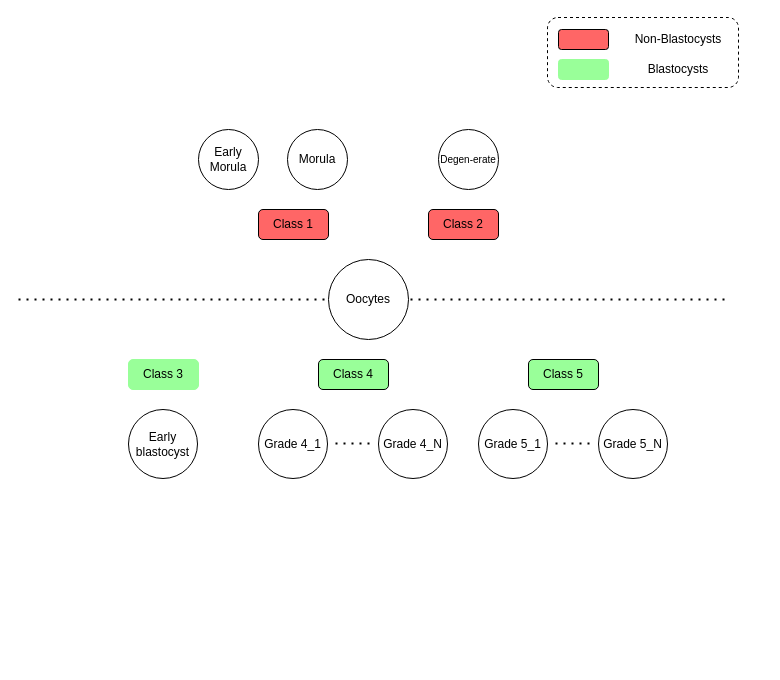
Earlier version of the draw.io diagram Embryo.drawio (SahadevPoudel/Visualization). Source tidied: cells renumbered, new cells numbered last; positions are measured from the earlier drawing's top-left corner, leaving out a move shared by most shapes. Both pictures are drawn from the tidied source at 100%, with x=0, y=0 at pixel (18, 17). Pictures stored in the file or linked from it are replaced by grey dashed boxes.
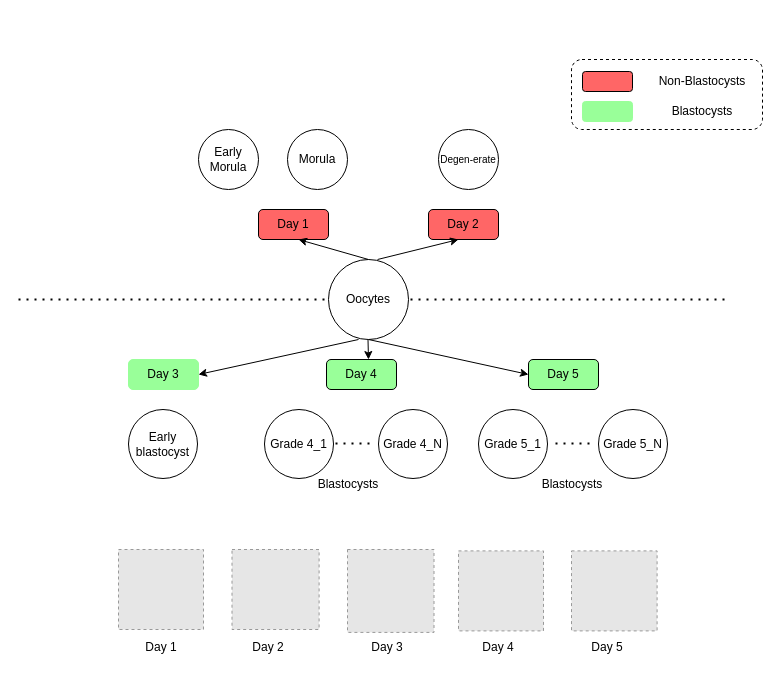
The same page after the edit.

The change refers to these unchanged cells:
```xml
<mxCell id="4" value="Oocytes" style="ellipse;whiteSpace=wrap;html=1;" parent="1" vertex="1">
  <mxGeometry x="310" y="242" width="80" height="80" as="geometry" />
</mxCell>
```

Diff of the diagram source:
```diff
@@
     <mxCell id="2" style="rounded=1;whiteSpace=wrap;html=1;dashed=1;" parent="1" vertex="1">
-      <mxGeometry x="529" width="191" height="70" as="geometry" />
+      <mxGeometry x="553" y="42" width="191" height="70" as="geometry" />
     </mxCell>
@@
-    <mxCell id="5" value="Class 1" style="rounded=1;whiteSpace=wrap;html=1;fillColor=#FF6666;" parent="1" vertex="1">
+    <mxCell id="5" value="Day 1" style="rounded=1;whiteSpace=wrap;html=1;fillColor=#FF6666;" parent="1" vertex="1">
       <mxGeometry x="240" y="192" width="70" height="30" as="geometry" />
     </mxCell>
-    <mxCell id="6" value="Class 2" style="rounded=1;whiteSpace=wrap;html=1;fillColor=#FF6666;" parent="1" vertex="1">
+    <mxCell id="6" value="Day 2" style="rounded=1;whiteSpace=wrap;html=1;fillColor=#FF6666;" parent="1" vertex="1">
       <mxGeometry x="410" y="192" width="70" height="30" as="geometry" />
     </mxCell>
@@
-    <mxCell id="10" value="Class 3" style="rounded=1;whiteSpace=wrap;html=1;strokeColor=#99FF99;fillColor=#99FF99;" parent="1" vertex="1">
+    <mxCell id="10" value="Day 3" style="rounded=1;whiteSpace=wrap;html=1;strokeColor=#99FF99;fillColor=#99FF99;" parent="1" vertex="1">
       <mxGeometry x="110" y="342" width="70" height="30" as="geometry" />
     </mxCell>
-    <mxCell id="11" value="Class 4" style="rounded=1;whiteSpace=wrap;html=1;fillColor=#99FF99;" parent="1" vertex="1">
-      <mxGeometry x="300" y="342" width="70" height="30" as="geometry" />
+    <mxCell id="11" value="Day 4" style="rounded=1;whiteSpace=wrap;html=1;fillColor=#99FF99;" parent="1" vertex="1">
+      <mxGeometry x="308" y="342" width="70" height="30" as="geometry" />
     </mxCell>
-    <mxCell id="12" value="Class 5" style="rounded=1;whiteSpace=wrap;html=1;fillColor=#99FF99;" parent="1" vertex="1">
+    <mxCell id="12" value="Day 5" style="rounded=1;whiteSpace=wrap;html=1;fillColor=#99FF99;" parent="1" vertex="1">
       <mxGeometry x="510" y="342" width="70" height="30" as="geometry" />
     </mxCell>
@@
     <mxCell id="14" value="Grade 4_1" style="ellipse;whiteSpace=wrap;html=1;" parent="1" vertex="1">
-      <mxGeometry x="240" y="392" width="69" height="69" as="geometry" />
+      <mxGeometry x="246" y="392" width="69" height="69" as="geometry" />
     </mxCell>
@@
     <mxCell id="20" style="rounded=1;whiteSpace=wrap;html=1;fillColor=#FF6666;" parent="1" vertex="1">
-      <mxGeometry x="540" y="12" width="50" height="20" as="geometry" />
+      <mxGeometry x="564" y="54" width="50" height="20" as="geometry" />
     </mxCell>
     <mxCell id="21" style="rounded=1;whiteSpace=wrap;html=1;strokeColor=#99FF99;fillColor=#99FF99;" parent="1" vertex="1">
-      <mxGeometry x="540" y="42" width="50" height="20" as="geometry" />
+      <mxGeometry x="564" y="84" width="50" height="20" as="geometry" />
     </mxCell>
     <mxCell id="22" value="Non-Blastocysts" style="text;strokeColor=none;align=center;fillColor=none;html=1;verticalAlign=middle;whiteSpace=wrap;rounded=0;" parent="1" vertex="1">
-      <mxGeometry x="600" y="7" width="120" height="30" as="geometry" />
+      <mxGeometry x="624" y="49" width="120" height="30" as="geometry" />
     </mxCell>
     <mxCell id="23" value="Blastocysts" style="text;strokeColor=none;align=center;fillColor=none;html=1;verticalAlign=middle;whiteSpace=wrap;rounded=0;" parent="1" vertex="1">
-      <mxGeometry x="600" y="37" width="120" height="30" as="geometry" />
+      <mxGeometry x="624" y="79" width="120" height="30" as="geometry" />
     </mxCell>
+    <mxCell id="24" style="endArrow=classic;html=1;rounded=0;exitX=0.5;exitY=0;exitDx=0;exitDy=0;" parent="1" edge="1" source="4">
+      <mxGeometry relative="1" as="geometry">
+        <mxPoint x="280" y="222" as="targetPoint" />
+      </mxGeometry>
+    </mxCell>
+    <mxCell id="25" style="endArrow=classic;html=1;rounded=0;exitX=0.613;exitY=0;exitDx=0;exitDy=0;exitPerimeter=0;" parent="1" edge="1" source="4">
+      <mxGeometry relative="1" as="geometry">
+        <mxPoint x="440" y="222" as="targetPoint" />
+      </mxGeometry>
+    </mxCell>
+    <mxCell id="26" style="endArrow=classic;html=1;rounded=0;entryX=1;entryY=0.5;entryDx=0;entryDy=0;" parent="1" edge="1" target="10">
+      <mxGeometry relative="1" as="geometry">
+        <mxPoint x="340" y="322" as="sourcePoint" />
+      </mxGeometry>
+    </mxCell>
+    <mxCell id="27" style="endArrow=classic;html=1;rounded=0;entryX=0;entryY=0.5;entryDx=0;entryDy=0;exitX=0.5;exitY=1;exitDx=0;exitDy=0;" parent="1" edge="1" source="4" target="12">
+      <mxGeometry relative="1" as="geometry" />
+    </mxCell>
+    <mxCell id="28" style="endArrow=classic;html=1;rounded=0;" parent="1" edge="1">
+      <mxGeometry relative="1" as="geometry">
+        <mxPoint x="349.5" y="322" as="sourcePoint" />
+        <mxPoint x="350" y="342" as="targetPoint" />
+      </mxGeometry>
+    </mxCell>
+    <mxCell id="29" style="fillColor=#E6E6E6;strokeColor=#999999;dashed=1;verticalLabelPosition=bottom;labelBackgroundColor=default;verticalAlign=top;" parent="1" vertex="1">
+      <mxGeometry x="100" y="532" width="85" height="80" as="geometry" />
+    </mxCell>
+    <mxCell id="30" style="fillColor=#E6E6E6;strokeColor=#999999;dashed=1;verticalLabelPosition=bottom;labelBackgroundColor=default;verticalAlign=top;" parent="1" vertex="1">
+      <mxGeometry x="213.5" y="532" width="87.1" height="80" as="geometry" />
+    </mxCell>
+    <mxCell id="31" style="fillColor=#E6E6E6;strokeColor=#999999;dashed=1;verticalLabelPosition=bottom;labelBackgroundColor=default;verticalAlign=top;" parent="1" vertex="1">
+      <mxGeometry x="329" y="532" width="86.5" height="82.9" as="geometry" />
+    </mxCell>
+    <mxCell id="32" style="fillColor=#E6E6E6;strokeColor=#999999;dashed=1;verticalLabelPosition=bottom;labelBackgroundColor=default;verticalAlign=top;" parent="1" vertex="1">
+      <mxGeometry x="440" y="533.4" width="85" height="80" as="geometry" />
+    </mxCell>
+    <mxCell id="33" style="fillColor=#E6E6E6;strokeColor=#999999;dashed=1;verticalLabelPosition=bottom;labelBackgroundColor=default;verticalAlign=top;" parent="1" vertex="1">
+      <mxGeometry x="553" y="533.4" width="85.6" height="80" as="geometry" />
+    </mxCell>
+    <mxCell id="34" value="Day 1" style="text;strokeColor=none;align=center;fillColor=none;html=1;verticalAlign=middle;whiteSpace=wrap;rounded=0;" parent="1" vertex="1">
+      <mxGeometry x="82.5" y="614.9" width="120" height="30" as="geometry" />
+    </mxCell>
+    <mxCell id="35" value="Day 2" style="text;strokeColor=none;align=center;fillColor=none;html=1;verticalAlign=middle;whiteSpace=wrap;rounded=0;" parent="1" vertex="1">
+      <mxGeometry x="190" y="614.9" width="120" height="30" as="geometry" />
+    </mxCell>
+    <mxCell id="36" value="Day 3" style="text;strokeColor=none;align=center;fillColor=none;html=1;verticalAlign=middle;whiteSpace=wrap;rounded=0;" parent="1" vertex="1">
+      <mxGeometry x="309" y="614.9" width="120" height="30" as="geometry" />
+    </mxCell>
+    <mxCell id="37" value="Day 4" style="text;strokeColor=none;align=center;fillColor=none;html=1;verticalAlign=middle;whiteSpace=wrap;rounded=0;" parent="1" vertex="1">
+      <mxGeometry x="420" y="614.9" width="120" height="30" as="geometry" />
+    </mxCell>
+    <mxCell id="38" value="Day 5" style="text;strokeColor=none;align=center;fillColor=none;html=1;verticalAlign=middle;whiteSpace=wrap;rounded=0;" parent="1" vertex="1">
+      <mxGeometry x="529" y="614.9" width="120" height="30" as="geometry" />
+    </mxCell>
+    <mxCell id="39" value="Blastocysts" style="text;strokeColor=none;align=center;fillColor=none;html=1;verticalAlign=middle;whiteSpace=wrap;rounded=0;" parent="1" vertex="1">
+      <mxGeometry x="270" y="452" width="120" height="30" as="geometry" />
+    </mxCell>
+    <mxCell id="40" value="Blastocysts" style="text;strokeColor=none;align=center;fillColor=none;html=1;verticalAlign=middle;whiteSpace=wrap;rounded=0;" parent="1" vertex="1">
+      <mxGeometry x="494" y="452" width="120" height="30" as="geometry" />
+    </mxCell>
```
